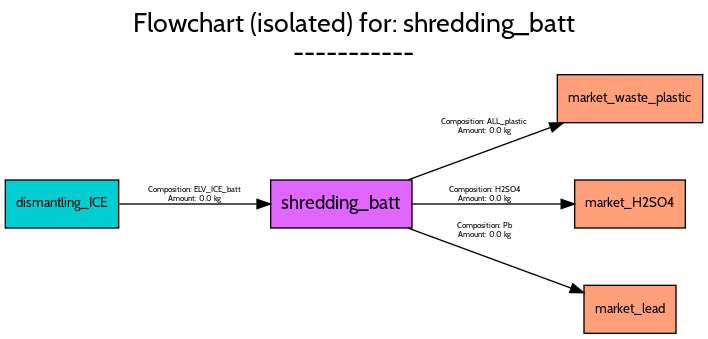
FutuRaM-Project/Recovery-Model keeps this Graphviz diagram as src/futuram/examples/ELV/figures/flowcharts/processes/png/shredding_batt.png. Above is the earlier version. Its source is kept beside it as src/futuram/examples/ELV/figures/flowcharts/processes/dot/shredding_batt.dot.
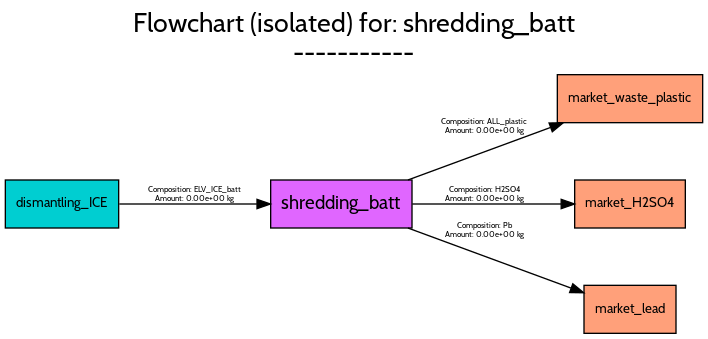
The same diagram one commit later.

What changed in the source:
```diff
@@ -35,7 +35,7 @@
 		fontname=Cabin,
 		fontsize=6,
 		label="Composition: ALL_plastic
-Amount: 0.0 kg",
+Amount: 0.00e+00 kg",
 		lp="359.5,155",
 		pos="e,418.4,157.92 301.94,115.03 333.68,126.71 375.2,142.01 408.72,154.35"];
 	market_H2SO4	[fillcolor=lightsalmon1,
@@ -50,7 +50,7 @@
 		fontname=Cabin,
 		fontsize=6,
 		label="Composition: H2SO4
-Amount: 0.0 kg",
+Amount: 0.00e+00 kg",
 		lp="359.5,104",
 		pos="e,426.89,97 305.2,97 339.14,97 383.17,97 416.8,97"];
 	market_lead	[fillcolor=lightsalmon1,
@@ -65,7 +65,7 @@
 		fontname=Cabin,
 		fontsize=6,
 		label="Composition: Pb
-Amount: 0.0 kg",
+Amount: 0.00e+00 kg",
 		lp="359.5,77",
 		pos="e,433.79,30.417 301.94,78.975 338.79,65.405 388.82,46.977 424.22,33.942"];
 	dismantling_ICE	[fillcolor=darkturquoise,
@@ -80,7 +80,7 @@
 		fontname=Cabin,
 		fontsize=6,
 		label="Composition: ELV_ICE_batt
-Amount: 0.0 kg",
+Amount: 0.00e+00 kg",
 		lp="142,104",
 		pos="e,198.76,97 85.491,97 115.11,97 155.29,97 188.64,97"];
 }
```
